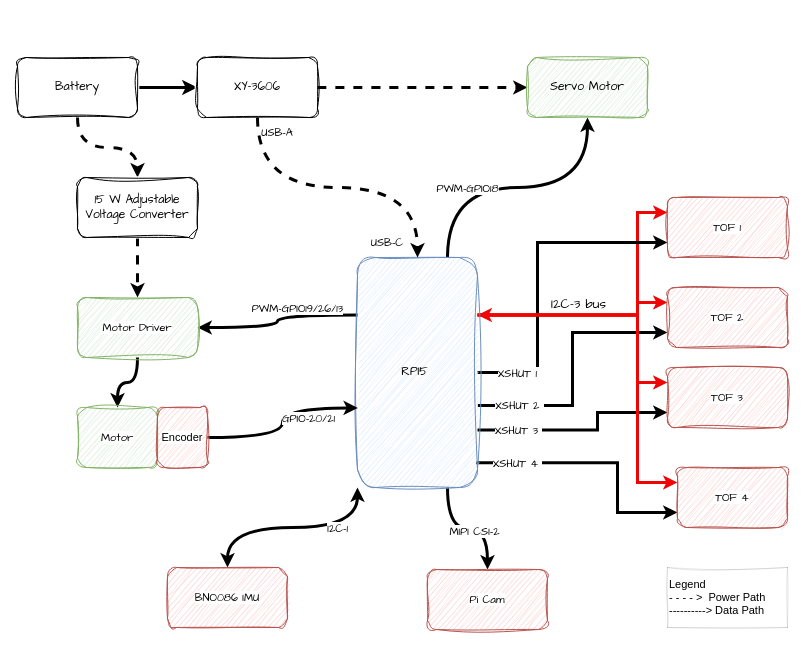
This is docs/diagrams/powerNsense/Wiring_Diagram.drawio from Devansh-awat/greenbotics-2026, a draw.io file, before an edit. Source tidied: cells renumbered, new cells numbered last; positions are measured from the earlier drawing's top-left corner, leaving out a move shared by most shapes. Both pictures are drawn from the tidied source at 100%, with x=0, y=0 at pixel (17, 57).
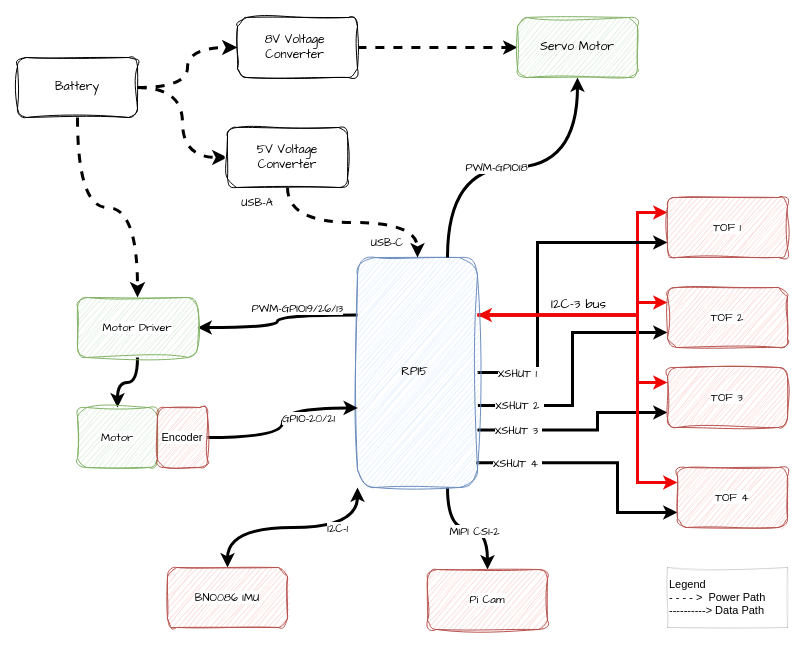
After the change.

Unchanged cells that the change refers to:
```xml
<mxCell id="22" value="RPI5&amp;nbsp;" style="rounded=1;whiteSpace=wrap;html=1;sketch=1;hachureGap=4;jiggle=2;curveFitting=1;fontFamily=Architects Daughter;fillColor=#dae8fc;strokeColor=#6c8ebf;" parent="1" vertex="1">
  <mxGeometry x="340" y="200" width="120" height="230" as="geometry" />
</mxCell>
<mxCell id="25" value="Battery" style="rounded=1;whiteSpace=wrap;html=1;sketch=1;hachureGap=4;jiggle=2;curveFitting=1;fontFamily=Architects Daughter;" parent="1" vertex="1">
  <mxGeometry width="120" height="60" as="geometry" />
</mxCell>
<mxCell id="33" value="Motor Driver" style="rounded=1;whiteSpace=wrap;html=1;sketch=1;hachureGap=4;jiggle=2;curveFitting=1;fontFamily=Architects Daughter;fontSize=11;labelBackgroundColor=default;fillColor=#d5e8d4;strokeColor=#82b366;" parent="1" vertex="1">
  <mxGeometry x="60" y="240" width="120" height="60" as="geometry" />
</mxCell>
```

Change to the diagram source:
```diff
@@
-    <mxCell id="2" style="edgeStyle=orthogonalEdgeStyle;shape=connector;curved=1;rounded=0;jettySize=auto;html=1;exitX=0.75;exitY=0;exitDx=0;exitDy=0;entryX=0.5;entryY=1;entryDx=0;entryDy=0;strokeColor=default;strokeWidth=3;align=center;verticalAlign=middle;fontFamily=Architects Daughter;fontSize=11;fontColor=default;labelBackgroundColor=default;startSize=5;endArrow=classic;endSize=5;" parent="1" edge="1" source="22" target="29">
-      <mxGeometry relative="1" as="geometry" />
-    </mxCell>
-    <mxCell id="3" value="PWM-GPIO18" style="edgeLabel;html=1;align=center;verticalAlign=middle;fontFamily=Architects Daughter;fontSize=11;fontColor=default;labelBackgroundColor=default;" parent="2" vertex="1">
-      <mxGeometry x="-0.34" y="8" relative="1" as="geometry">
-        <mxPoint x="-3" y="8" as="offset" />
-      </mxGeometry>
-    </mxCell>
@@
-    <mxCell id="23" style="edgeStyle=orthogonalEdgeStyle;shape=connector;curved=1;rounded=0;jettySize=auto;html=1;entryX=0;entryY=0.5;entryDx=0;entryDy=0;strokeColor=default;strokeWidth=3;align=center;verticalAlign=middle;fontFamily=Architects Daughter;fontSize=11;fontColor=default;labelBackgroundColor=default;startSize=6;endArrow=classic;endSize=6;" parent="1" edge="1" source="25" target="28">
+    <mxCell id="23" style="edgeStyle=orthogonalEdgeStyle;shape=connector;curved=1;rounded=0;jettySize=auto;html=1;entryX=0;entryY=0.5;entryDx=0;entryDy=0;strokeColor=default;strokeWidth=3;align=center;verticalAlign=middle;fontFamily=Architects Daughter;fontSize=11;fontColor=default;labelBackgroundColor=default;startSize=6;endArrow=classic;endSize=6;dashed=1;" parent="1" edge="1" source="25" target="28">
       <mxGeometry relative="1" as="geometry" />
     </mxCell>
-    <mxCell id="24" style="edgeStyle=orthogonalEdgeStyle;shape=connector;curved=1;rounded=0;jettySize=auto;html=1;strokeColor=default;strokeWidth=3;align=center;verticalAlign=middle;fontFamily=Architects Daughter;fontSize=11;fontColor=default;labelBackgroundColor=default;startSize=5;endArrow=classic;endSize=5;dashed=1;" parent="1" edge="1" source="25" target="31">
-      <mxGeometry relative="1" as="geometry" />
-    </mxCell>
@@
-    <mxCell id="27" style="edgeStyle=orthogonalEdgeStyle;shape=connector;curved=1;rounded=0;jettySize=auto;html=1;entryX=0;entryY=0.5;entryDx=0;entryDy=0;strokeColor=default;strokeWidth=3;align=center;verticalAlign=middle;fontFamily=Architects Daughter;fontSize=11;fontColor=default;labelBackgroundColor=default;startSize=5;endArrow=classic;endSize=5;dashed=1;" parent="1" edge="1" source="28" target="29">
+    <mxCell id="27" style="edgeStyle=orthogonalEdgeStyle;shape=connector;curved=1;rounded=0;jettySize=auto;html=1;entryX=0;entryY=0.5;entryDx=0;entryDy=0;strokeColor=default;strokeWidth=3;align=center;verticalAlign=middle;fontFamily=Architects Daughter;fontSize=11;fontColor=default;labelBackgroundColor=default;startSize=5;endArrow=classic;endSize=5;dashed=1;exitX=1;exitY=0.5;exitDx=0;exitDy=0;" parent="1" edge="1" source="48" target="29">
       <mxGeometry relative="1" as="geometry" />
     </mxCell>
-    <mxCell id="28" value="XY-3606" style="rounded=1;whiteSpace=wrap;html=1;sketch=1;hachureGap=4;jiggle=2;curveFitting=1;fontFamily=Architects Daughter;" parent="1" vertex="1">
-      <mxGeometry x="180" width="120" height="60" as="geometry" />
+    <mxCell id="28" value="5V Voltage Converter" style="rounded=1;whiteSpace=wrap;html=1;sketch=1;hachureGap=4;jiggle=2;curveFitting=1;fontFamily=Architects Daughter;" parent="1" vertex="1">
+      <mxGeometry x="210" y="70" width="120" height="60" as="geometry" />
     </mxCell>
     <mxCell id="29" value="Servo Motor" style="rounded=1;whiteSpace=wrap;html=1;sketch=1;hachureGap=4;jiggle=2;curveFitting=1;fontFamily=Architects Daughter;fillColor=#d5e8d4;strokeColor=#82b366;" parent="1" vertex="1">
-      <mxGeometry x="510" width="120" height="60" as="geometry" />
+      <mxGeometry x="500" y="-40" width="120" height="60" as="geometry" />
     </mxCell>
-    <mxCell id="30" style="edgeStyle=orthogonalEdgeStyle;shape=connector;curved=1;rounded=0;jettySize=auto;html=1;entryX=0.5;entryY=0;entryDx=0;entryDy=0;strokeColor=default;strokeWidth=3;align=center;verticalAlign=middle;fontFamily=Architects Daughter;fontSize=11;fontColor=default;labelBackgroundColor=default;startSize=5;endArrow=classic;endSize=5;dashed=1;" parent="1" edge="1" source="31" target="33">
-      <mxGeometry relative="1" as="geometry" />
-    </mxCell>
-    <mxCell id="31" value="15 W Adjustable Voltage Converter" style="rounded=1;whiteSpace=wrap;html=1;sketch=1;hachureGap=4;jiggle=2;curveFitting=1;fontFamily=Architects Daughter;" parent="1" vertex="1">
-      <mxGeometry x="60" y="120" width="120" height="60" as="geometry" />
-    </mxCell>
@@
     <mxCell id="43" value="USB-A" style="text;html=1;whiteSpace=wrap;strokeColor=none;fillColor=none;align=center;verticalAlign=middle;rounded=0;fontFamily=Architects Daughter;fontSize=11;fontColor=default;labelBackgroundColor=default;" parent="1" vertex="1">
-      <mxGeometry x="230" y="60" width="60" height="30" as="geometry" />
+      <mxGeometry x="210" y="130" width="60" height="30" as="geometry" />
     </mxCell>
@@
+    <mxCell id="48" value="8V Voltage&amp;nbsp;&lt;div&gt;Converter&amp;nbsp;&lt;/div&gt;" style="rounded=1;whiteSpace=wrap;html=1;sketch=1;hachureGap=4;jiggle=2;curveFitting=1;fontFamily=Architects Daughter;" parent="1" vertex="1">
+      <mxGeometry x="220" y="-40" width="120" height="60" as="geometry" />
+    </mxCell>
+    <mxCell id="49" style="edgeStyle=orthogonalEdgeStyle;shape=connector;curved=1;rounded=0;jettySize=auto;html=1;entryX=0;entryY=0.5;entryDx=0;entryDy=0;strokeColor=default;strokeWidth=3;align=center;verticalAlign=middle;fontFamily=Architects Daughter;fontSize=11;fontColor=default;labelBackgroundColor=default;startSize=6;endArrow=classic;endSize=6;exitX=1;exitY=0.5;exitDx=0;exitDy=0;dashed=1;" parent="1" edge="1" source="25" target="48">
+      <mxGeometry relative="1" as="geometry" />
+    </mxCell>
+    <mxCell id="50" style="edgeStyle=orthogonalEdgeStyle;shape=connector;curved=1;rounded=0;jettySize=auto;html=1;entryX=0.5;entryY=0;entryDx=0;entryDy=0;strokeColor=default;strokeWidth=3;align=center;verticalAlign=middle;fontFamily=Architects Daughter;fontSize=11;fontColor=default;labelBackgroundColor=default;startSize=6;endArrow=classic;endSize=6;exitX=0.5;exitY=1;exitDx=0;exitDy=0;dashed=1;" parent="1" edge="1" source="25" target="33">
+      <mxGeometry relative="1" as="geometry" />
+    </mxCell>
+    <mxCell id="2" style="edgeStyle=orthogonalEdgeStyle;shape=connector;curved=1;rounded=0;jettySize=auto;html=1;exitX=0.75;exitY=0;exitDx=0;exitDy=0;strokeColor=default;strokeWidth=3;align=center;verticalAlign=middle;fontFamily=Architects Daughter;fontSize=11;fontColor=default;labelBackgroundColor=default;startSize=5;endArrow=classic;endSize=5;entryX=0.5;entryY=1;entryDx=0;entryDy=0;" parent="1" edge="1" source="22" target="29">
+      <mxGeometry x="-0.1" y="-1.35" relative="1" as="geometry" />
+    </mxCell>
+    <mxCell id="3" value="PWM-GPIO18" style="edgeLabel;html=1;align=center;verticalAlign=middle;inheritText=1;fontFamily=Architects Daughter;" parent="2" vertex="1">
+      <mxGeometry x="-0.11" y="0.34" relative="1" as="geometry" />
+    </mxCell>
```
